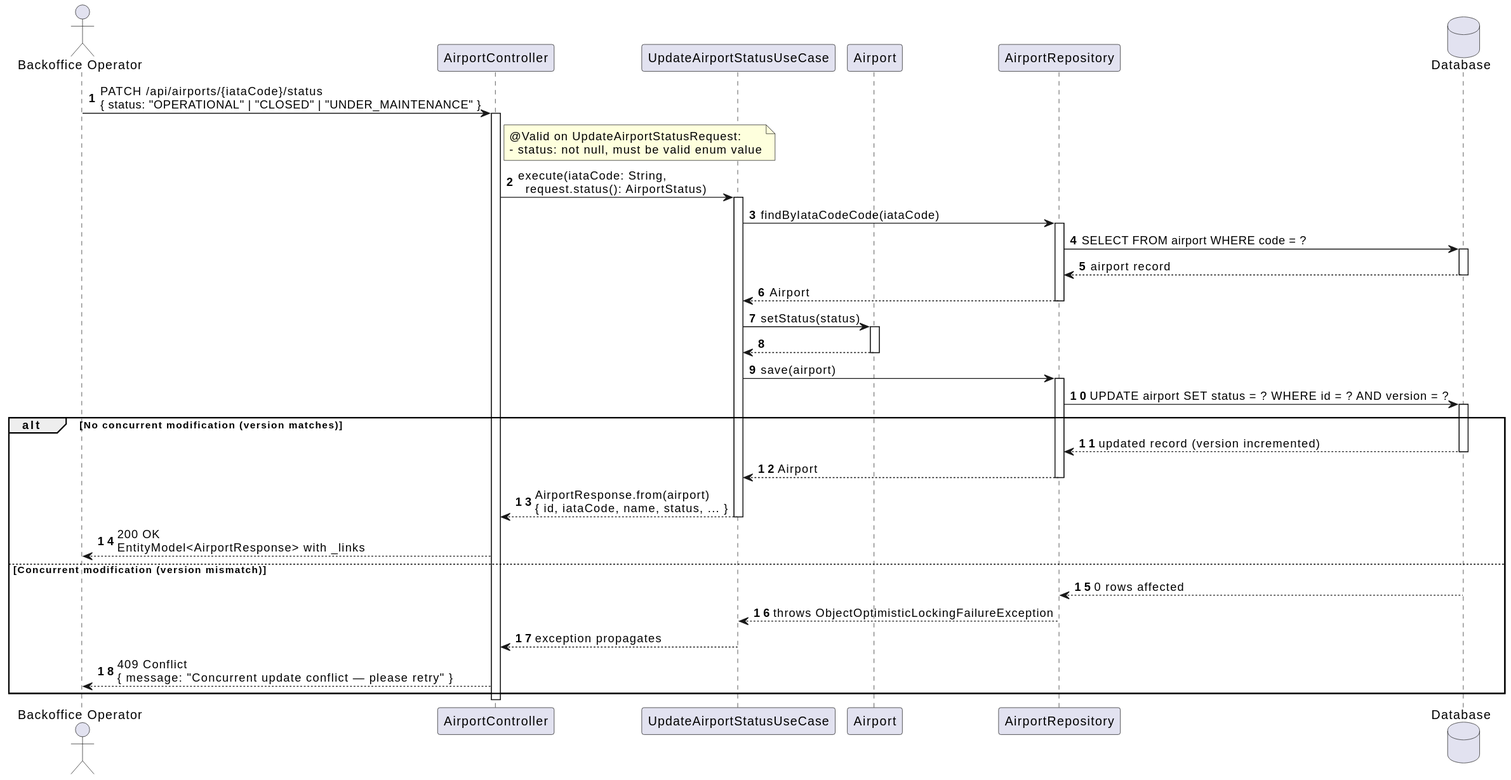
Earlier version of the PlantUML export docs/system-documentation/use-cases/WP2A/US109/svg/sd_us109.svg (VascoMagolo/psoft_1231562_1241692_1242036_2db).
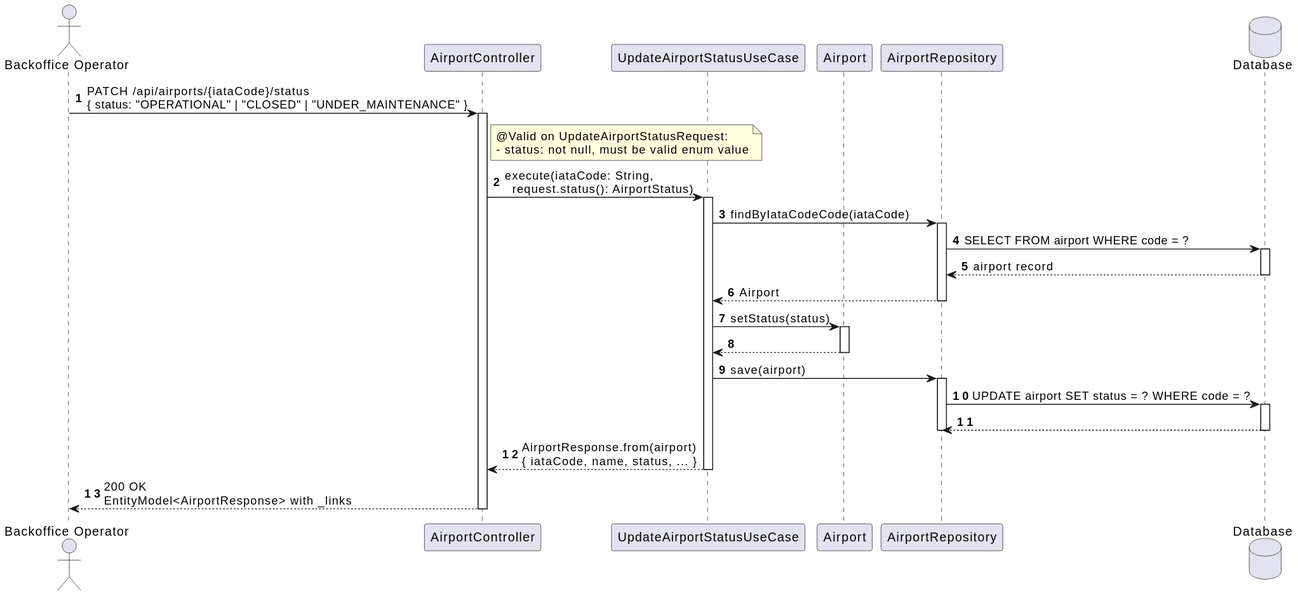
After the commit.

Change to the diagram source:
```diff
@@ -34,23 +34,15 @@
 
 UC -> Repo : save(airport)
 activate Repo
-Repo -> DB : UPDATE airport SET status = ? WHERE id = ? AND version = ?
+Repo -> DB : UPDATE airport SET status = ? WHERE code = ?
 activate DB
+DB --> Repo
+deactivate DB
+deactivate Repo
 
-alt No concurrent modification (version matches)
-  DB --> Repo : updated record (version incremented)
-  deactivate DB
-  Repo --> UC : Airport
-  deactivate Repo
-  UC --> Ctrl : AirportResponse.from(airport)\n{ id, iataCode, name, status, ... }
-  deactivate UC
-  Ctrl --> BO : 200 OK\nEntityModel<AirportResponse> with _links
-else Concurrent modification (version mismatch)
-  DB --> Repo : 0 rows affected
-  Repo --> UC : throws ObjectOptimisticLockingFailureException
-  UC --> Ctrl : exception propagates
-  Ctrl --> BO : 409 Conflict\n{ message: "Concurrent update conflict — please retry" }
-end
+UC --> Ctrl : AirportResponse.from(airport)\n{ iataCode, name, status, ... }
+deactivate UC
 
+Ctrl --> BO : 200 OK\nEntityModel<AirportResponse> with _links
 deactivate Ctrl
 @enduml
```
